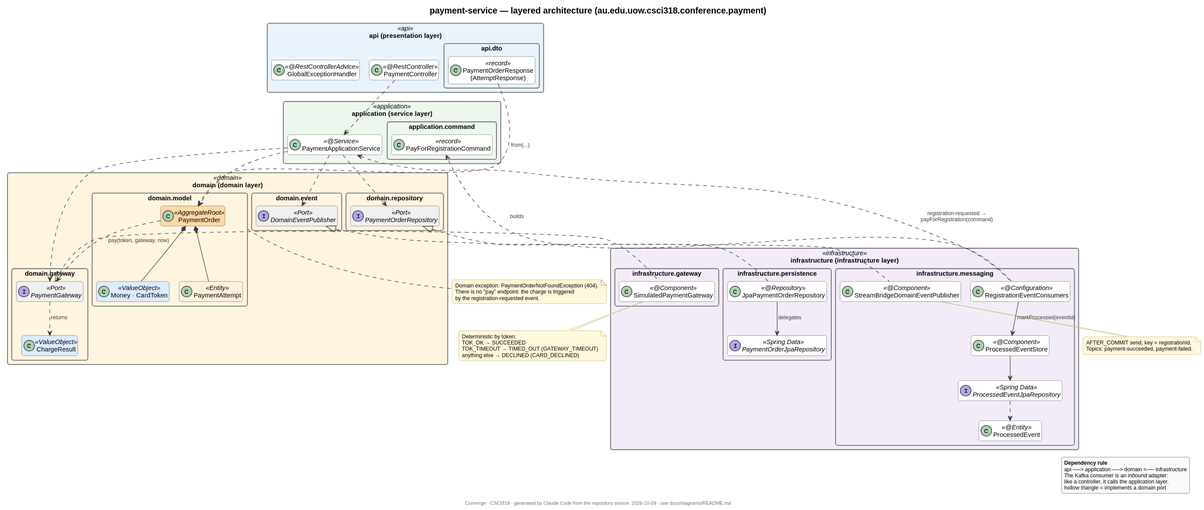
The PlantUML diagram docs/diagrams/svg/layers-payment.svg in middo221/CSCI318---AI-Microservices-Application, before a commit.
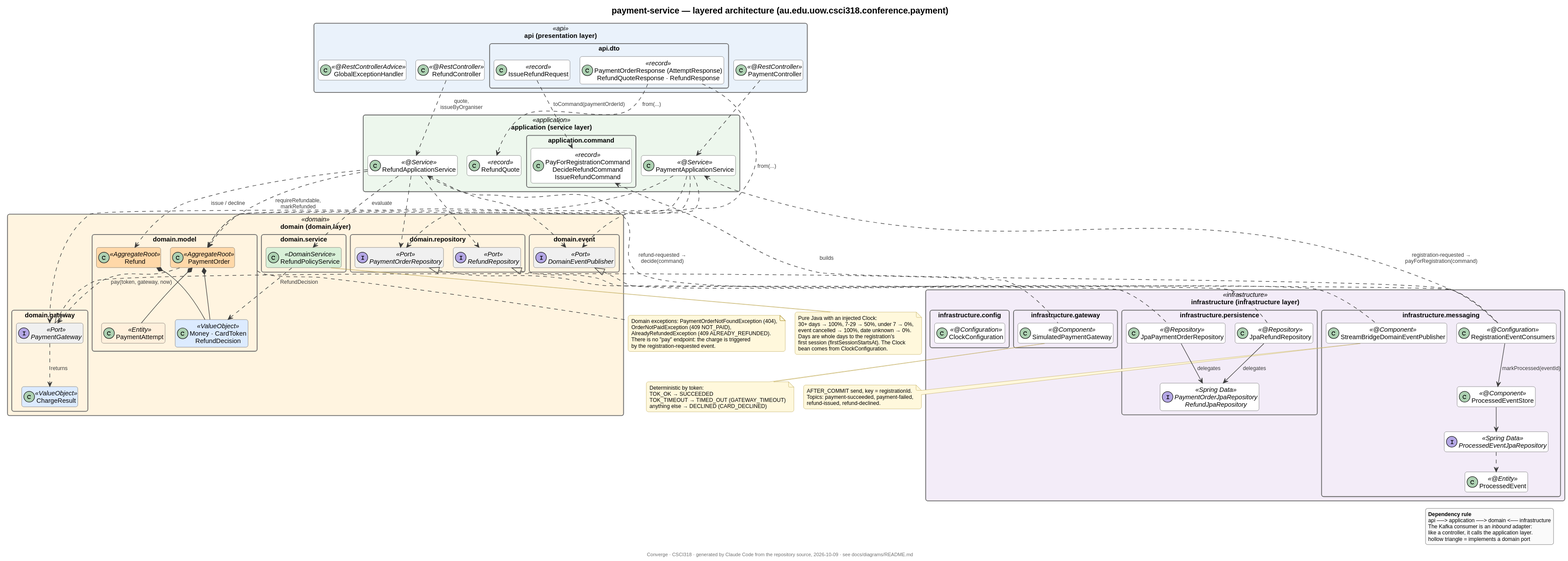
The same diagram one commit later.

The edit, as a diff of the source:
```diff
@@ -9,16 +9,20 @@
 
 package "api  (presentation layer)" as api <<api>> {
   class PaymentController <<@RestController>>
+  class RefundController <<@RestController>>
   class GlobalExceptionHandler <<@RestControllerAdvice>>
   package "api.dto" as api_dto {
-    class "PaymentOrderResponse\n(AttemptResponse)" as resps <<record>>
+    class "PaymentOrderResponse (AttemptResponse)\nRefundQuoteResponse · RefundResponse" as resps <<record>>
+    class IssueRefundRequest <<record>>
   }
 }
 
 package "application  (service layer)" as application <<application>> {
   class PaymentApplicationService <<@Service>>
+  class RefundApplicationService <<@Service>>
+  class RefundQuote <<record>>
   package "application.command" as app_cmd {
-    class PayForRegistrationCommand <<record>>
+    class "PayForRegistrationCommand\nDecideRefundCommand\nIssueRefundCommand" as cmds <<record>>
   }
 }
 
@@ -26,7 +30,11 @@
   package "domain.model" as dom_model {
     class PaymentOrder <<AggregateRoot>>
     class PaymentAttempt <<Entity>>
-    class "Money · CardToken" as vos <<ValueObject>>
+    class Refund <<AggregateRoot>>
+    class "Money · CardToken\nRefundDecision" as vos <<ValueObject>>
+  }
+  package "domain.service" as dom_service {
+    class RefundPolicyService <<DomainService>>
   }
   package "domain.gateway" as dom_gateway {
     interface PaymentGateway <<Port>>
@@ -34,6 +42,7 @@
   }
   package "domain.repository" as dom_repo {
     interface PaymentOrderRepository <<Port>>
+    interface RefundRepository <<Port>>
   }
   package "domain.event" as dom_event {
     interface DomainEventPublisher <<Port>>
@@ -53,32 +62,50 @@
   }
   package "infrastructure.persistence" as inf_persist {
     class JpaPaymentOrderRepository <<@Repository>>
-    interface PaymentOrderJpaRepository <<Spring Data>>
+    class JpaRefundRepository <<@Repository>>
+    interface "PaymentOrderJpaRepository\nRefundJpaRepository" as springdata <<Spring Data>>
+  }
+  package "infrastructure.config" as inf_config {
+    class ClockConfiguration <<@Configuration>>
   }
 }
 
 PaymentController ..> PaymentApplicationService
+RefundController ..> RefundApplicationService : quote,\nissueByOrganiser
+IssueRefundRequest ..> cmds : toCommand(paymentOrderId)
 resps ..> PaymentOrder : from(...)
+resps ..> RefundQuote : from(...)
 
 PaymentApplicationService ..> PaymentOrder
 PaymentApplicationService ..> PaymentOrderRepository
 PaymentApplicationService ..> PaymentGateway
 PaymentApplicationService ..> DomainEventPublisher
+RefundApplicationService ..> PaymentOrder : requireRefundable,\nmarkRefunded
+RefundApplicationService ..> Refund : issue / decline
+RefundApplicationService ..> RefundPolicyService : evaluate
+RefundApplicationService ..> PaymentOrderRepository
+RefundApplicationService ..> RefundRepository
+RefundApplicationService ..> DomainEventPublisher
 
 PaymentOrder *-- PaymentAttempt
 PaymentOrder *-- vos
+Refund *-- vos
+RefundPolicyService ..> vos : RefundDecision
 PaymentOrder ..> PaymentGateway : pay(token, gateway, now)
 PaymentGateway ..> ChargeResult : returns
 
 PaymentOrderRepository <|.. JpaPaymentOrderRepository
+RefundRepository <|.. JpaRefundRepository
 PaymentGateway <|.. SimulatedPaymentGateway
 DomainEventPublisher <|.. StreamBridgeDomainEventPublisher
-JpaPaymentOrderRepository --> PaymentOrderJpaRepository : delegates
+JpaPaymentOrderRepository --> springdata : delegates
+JpaRefundRepository --> springdata : delegates
 ProcessedEventStore --> ProcessedEventJpaRepository
 ProcessedEventJpaRepository ..> ProcessedEvent
 
 PaymentApplicationService <.. RegistrationEventConsumers : registration-requested →\npayForRegistration(command)
-RegistrationEventConsumers ..> PayForRegistrationCommand : builds
+RefundApplicationService <.. RegistrationEventConsumers : refund-requested →\ndecide(command)
+RegistrationEventConsumers ..> cmds : builds
 RegistrationEventConsumers --> ProcessedEventStore : markProcessed(eventId)
 
 note bottom of SimulatedPaymentGateway
@@ -90,11 +117,23 @@
 
 note bottom of StreamBridgeDomainEventPublisher
   AFTER_COMMIT send, key = registrationId.
-  Topics: payment-succeeded, payment-failed.
+  Topics: payment-succeeded, payment-failed,
+  refund-issued, refund-declined.
+end note
+
+note bottom of RefundPolicyService
+  Pure Java with an injected Clock:
+  30+ days → 100%, 7-29 → 50%, under 7 → 0%,
+  event cancelled → 100%, date unknown → 0%.
+  Days are whole days to the registration's
+  first session (firstSessionStartsAt). The Clock
+  bean comes from ClockConfiguration.
 end note
 
 note bottom of dom_model
-  Domain exception: PaymentOrderNotFoundException (404).
+  Domain exceptions: PaymentOrderNotFoundException (404),
+  OrderNotPaidException (409 NOT_PAID),
+  AlreadyRefundedException (409 ALREADY_REFUNDED).
   There is no "pay" endpoint: the charge is triggered
   by the registration-requested event.
 end note
```
